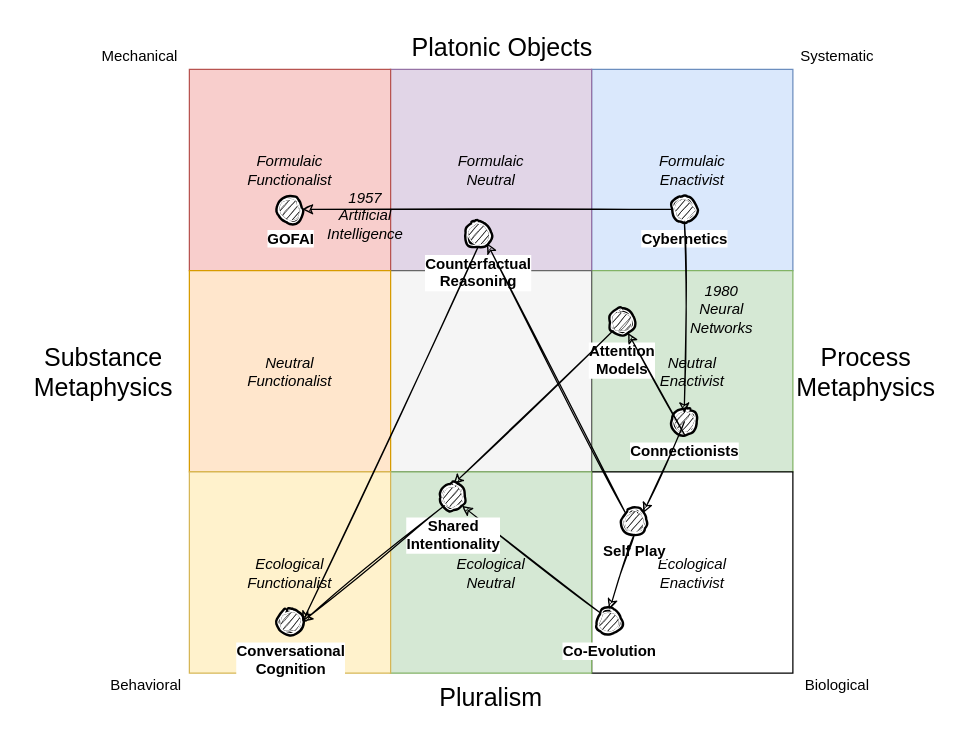
codeaudit/1 keeps this draw.io diagram as agenda_metaphysics.drawio. Above is the earlier version. Source tidied: cells renumbered, new cells numbered last; positions are measured from the earlier drawing's top-left corner, leaving out a move shared by most shapes. Both pictures are drawn from the tidied source at 125%, with x=0, y=0 at pixel (21, 21).
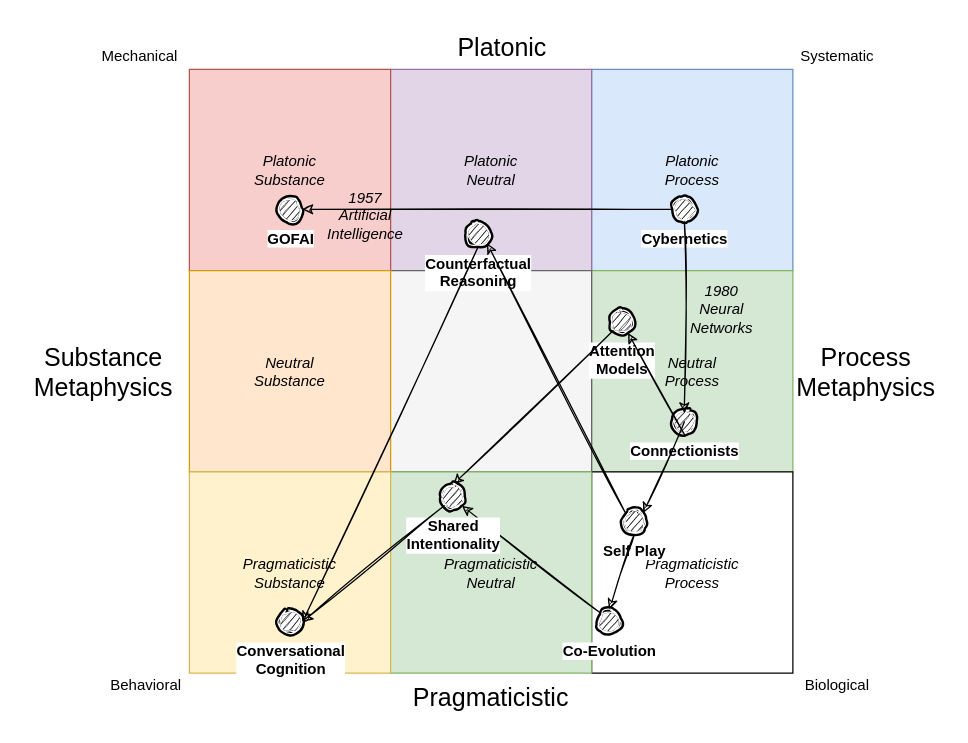
The same page after the edit.

Change to the diagram source:
```diff
@@
-    <mxCell id="2" value="Formulaic&lt;br&gt;Enactivist" style="whiteSpace=wrap;html=1;fillColor=#dae8fc;strokeColor=#6c8ebf;fontStyle=2;" parent="1" vertex="1">
+    <mxCell id="2" value="Platonic&lt;br&gt;Process" style="whiteSpace=wrap;html=1;fillColor=#dae8fc;strokeColor=#6c8ebf;fontStyle=2;" parent="1" vertex="1">
       <mxGeometry x="455.8" y="38" width="161" height="161" as="geometry" />
     </mxCell>
-    <mxCell id="3" value="Formulaic&lt;br&gt;Neutral" style="whiteSpace=wrap;html=1;fillColor=#e1d5e7;strokeColor=#9673a6;labelPosition=center;verticalLabelPosition=middle;align=center;verticalAlign=middle;fontStyle=2;" parent="1" vertex="1">
+    <mxCell id="3" value="Platonic&lt;br&gt;Neutral" style="whiteSpace=wrap;html=1;fillColor=#e1d5e7;strokeColor=#9673a6;labelPosition=center;verticalLabelPosition=middle;align=center;verticalAlign=middle;fontStyle=2;" parent="1" vertex="1">
       <mxGeometry x="294.8" y="38" width="161" height="161" as="geometry" />
     </mxCell>
-    <mxCell id="4" value="Formulaic&lt;br&gt;Functionalist" style="whiteSpace=wrap;html=1;fillColor=#f8cecc;strokeColor=#b85450;fontStyle=2;" parent="1" vertex="1">
+    <mxCell id="4" value="Platonic&lt;br&gt;Substance" style="whiteSpace=wrap;html=1;fillColor=#f8cecc;strokeColor=#b85450;fontStyle=2;" parent="1" vertex="1">
       <mxGeometry x="134" y="38" width="161" height="161" as="geometry" />
     </mxCell>
-    <mxCell id="5" value="Neutral&lt;br&gt;Enactivist" style="whiteSpace=wrap;html=1;fillColor=#d5e8d4;strokeColor=#82b366;fontStyle=2;" parent="1" vertex="1">
+    <mxCell id="5" value="Neutral&lt;br&gt;Process" style="whiteSpace=wrap;html=1;fillColor=#d5e8d4;strokeColor=#82b366;fontStyle=2;" parent="1" vertex="1">
       <mxGeometry x="455.8" y="199" width="161" height="161" as="geometry" />
     </mxCell>
@@
-    <mxCell id="7" value="Neutral&lt;br&gt;Functionalist" style="whiteSpace=wrap;html=1;fillColor=#ffe6cc;strokeColor=#d79b00;fontStyle=2;" parent="1" vertex="1">
+    <mxCell id="7" value="Neutral&lt;br&gt;Substance" style="whiteSpace=wrap;html=1;fillColor=#ffe6cc;strokeColor=#d79b00;fontStyle=2;" parent="1" vertex="1">
       <mxGeometry x="134" y="199" width="161" height="161" as="geometry" />
     </mxCell>
-    <mxCell id="8" value="Ecological&lt;br&gt;Enactivist" style="whiteSpace=wrap;html=1;fontStyle=2;" parent="1" vertex="1">
+    <mxCell id="8" value="Pragmaticistic&lt;br&gt;Process" style="whiteSpace=wrap;html=1;fontStyle=2;" parent="1" vertex="1">
       <mxGeometry x="455.8" y="360" width="161" height="161" as="geometry" />
     </mxCell>
-    <mxCell id="9" value="Ecological&lt;br&gt;Neutral" style="whiteSpace=wrap;html=1;fillColor=#d5e8d4;strokeColor=#82b366;fontStyle=2;" parent="1" vertex="1">
+    <mxCell id="9" value="Pragmaticistic&lt;br&gt;Neutral" style="whiteSpace=wrap;html=1;fillColor=#d5e8d4;strokeColor=#82b366;fontStyle=2;" parent="1" vertex="1">
       <mxGeometry x="294.8" y="360" width="161" height="161" as="geometry" />
     </mxCell>
-    <mxCell id="10" value="Ecological&lt;br&gt;Functionalist" style="whiteSpace=wrap;html=1;fillColor=#fff2cc;strokeColor=#d6b656;fontStyle=2;" parent="1" vertex="1">
+    <mxCell id="10" value="Pragmaticistic&lt;br&gt;Substance" style="whiteSpace=wrap;html=1;fillColor=#fff2cc;strokeColor=#d6b656;fontStyle=2;" parent="1" vertex="1">
       <mxGeometry x="134" y="360" width="161" height="161" as="geometry" />
     </mxCell>
-    <mxCell id="11" value="Pluralism" style="text;html=1;align=center;verticalAlign=middle;fontSize=20;" parent="1" vertex="1">
-      <mxGeometry x="320" y="520" width="110" height="40" as="geometry" />
+    <mxCell id="11" value="Pragmaticistic" style="text;html=1;align=center;verticalAlign=middle;fontSize=20;" parent="1" vertex="1">
+      <mxGeometry x="300" y="520" width="150" height="40" as="geometry" />
     </mxCell>
-    <mxCell id="12" value="Platonic Objects" style="text;html=1;align=center;verticalAlign=middle;fontSize=20;" parent="1" vertex="1">
-      <mxGeometry x="299" width="170" height="40" as="geometry" />
+    <mxCell id="12" value="Platonic" style="text;html=1;align=center;verticalAlign=middle;fontSize=20;" parent="1" vertex="1">
+      <mxGeometry x="339" width="90" height="40" as="geometry" />
     </mxCell>
```
